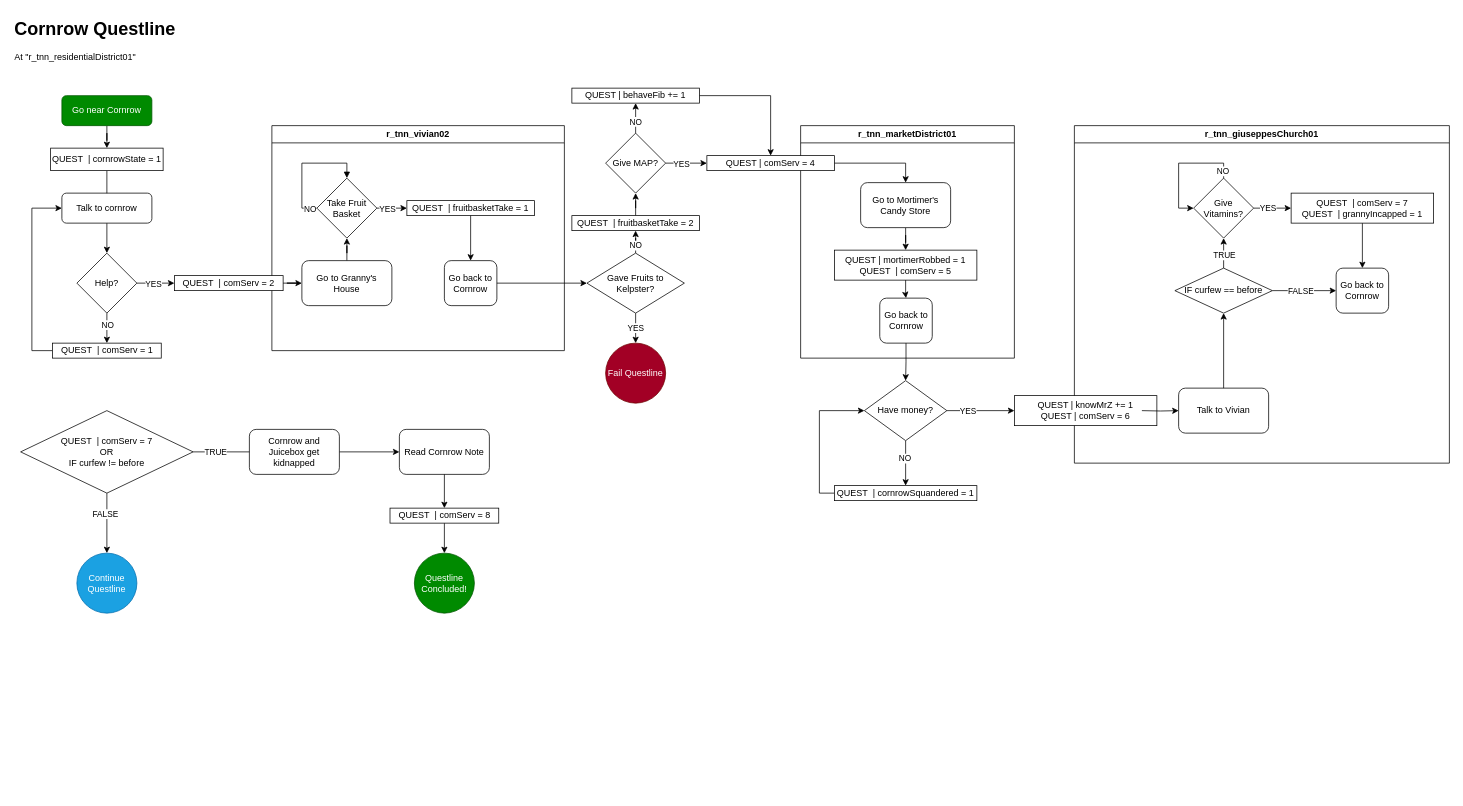
sanlor/Barkley2_Godot keeps this draw.io diagram as misc/diagrams/cornrow_questline.drawio. Above is the earlier version. Source tidied: cells renumbered, new cells numbered last; positions are measured from the earlier drawing's top-left corner, leaving out a move shared by most shapes. Both pictures are drawn from the tidied source at 75%, with x=0, y=0 at pixel (13, 13).
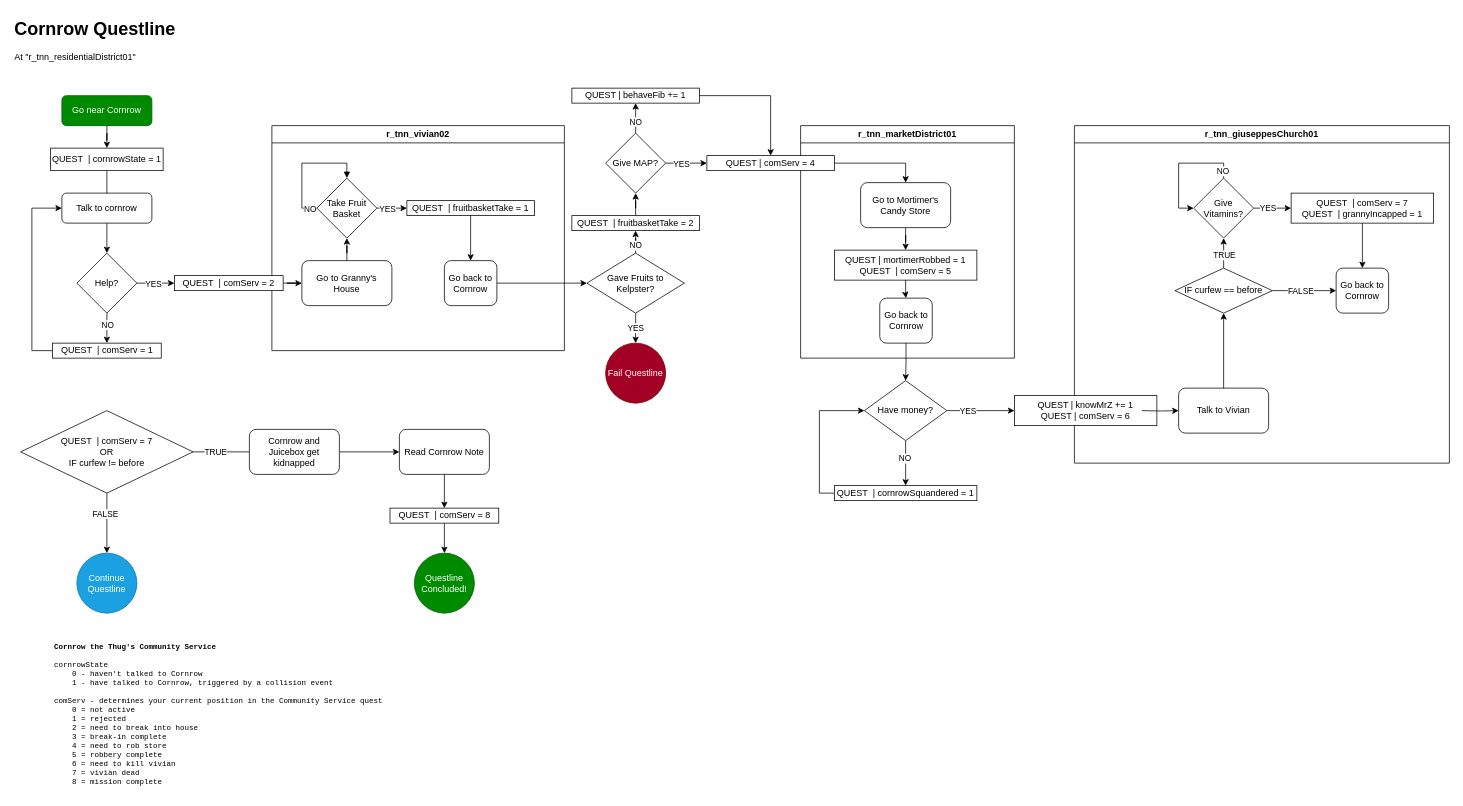
After the change.

Change to the diagram source:
```diff
@@
+    <mxCell id="91" value="&lt;div&gt;&lt;b&gt;Cornrow the Thug's Community Service&lt;/b&gt;&lt;/div&gt;&lt;div&gt;&lt;br&gt;&lt;/div&gt;&lt;div&gt;cornrowState&lt;/div&gt;&lt;div&gt;&amp;nbsp; &amp;nbsp; 0 - haven't talked to Cornrow&lt;/div&gt;&lt;div&gt;&amp;nbsp; &amp;nbsp; 1 - have talked to Cornrow, triggered by a collision event&lt;/div&gt;&lt;div&gt;&lt;br&gt;&lt;/div&gt;&lt;div&gt;comServ - determines your current position in the Community Service quest&lt;/div&gt;&lt;div&gt;&amp;nbsp; &amp;nbsp; 0 = not active&lt;/div&gt;&lt;div&gt;&amp;nbsp; &amp;nbsp; 1 = rejected&lt;/div&gt;&lt;div&gt;&amp;nbsp; &amp;nbsp; 2 = need to break into house&lt;/div&gt;&lt;div&gt;&amp;nbsp; &amp;nbsp; 3 = break-in complete&lt;/div&gt;&lt;div&gt;&amp;nbsp; &amp;nbsp; 4 = need to rob store&lt;/div&gt;&lt;div&gt;&amp;nbsp; &amp;nbsp; 5 = robbery complete&lt;/div&gt;&lt;div&gt;&amp;nbsp; &amp;nbsp; 6 = need to kill vivian&lt;/div&gt;&lt;div&gt;&amp;nbsp; &amp;nbsp; 7 = vivian dead&lt;/div&gt;&lt;div&gt;&amp;nbsp; &amp;nbsp; 8 = mission complete&lt;/div&gt;" style="text;html=1;whiteSpace=wrap;strokeColor=none;fillColor=none;align=left;verticalAlign=middle;rounded=0;fontFamily=Courier New;fontSize=10;" parent="1" vertex="1">
+      <mxGeometry x="52.5" y="830" width="500" height="210" as="geometry" />
+    </mxCell>
```
